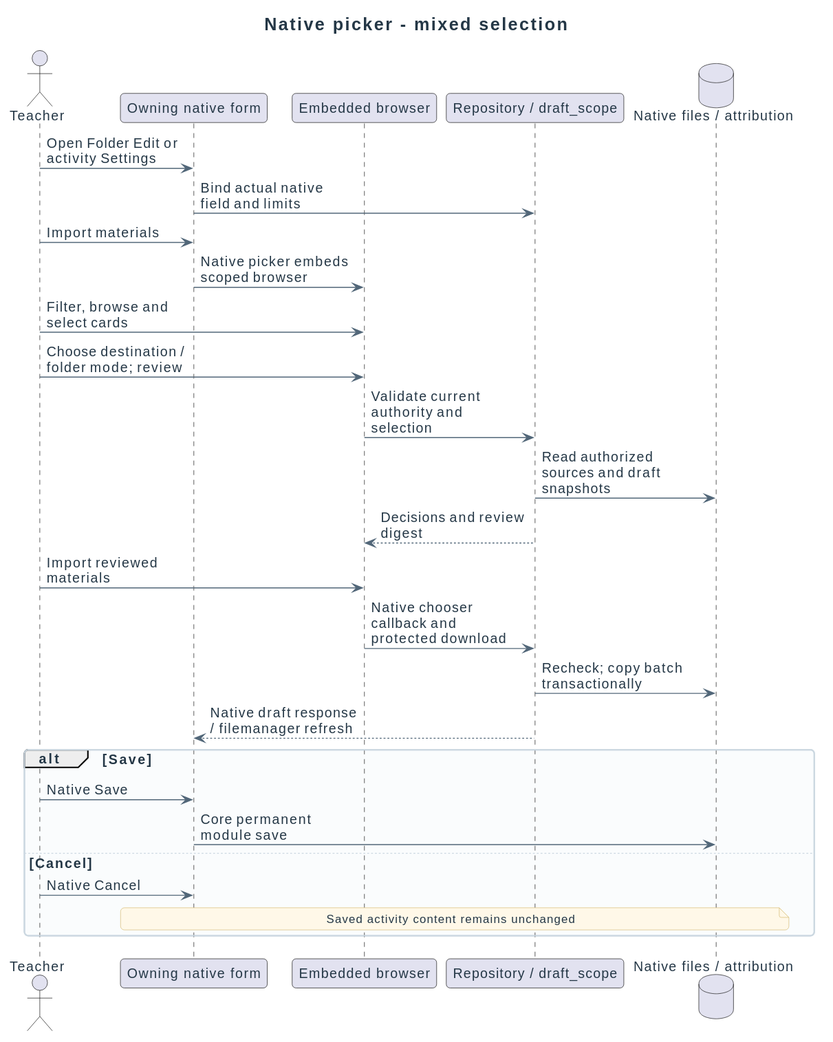
Earlier version of the PlantUML export docs/diagrams/design/sequences/folder-selection.svg (didactika/moodle-local_coursefiles).
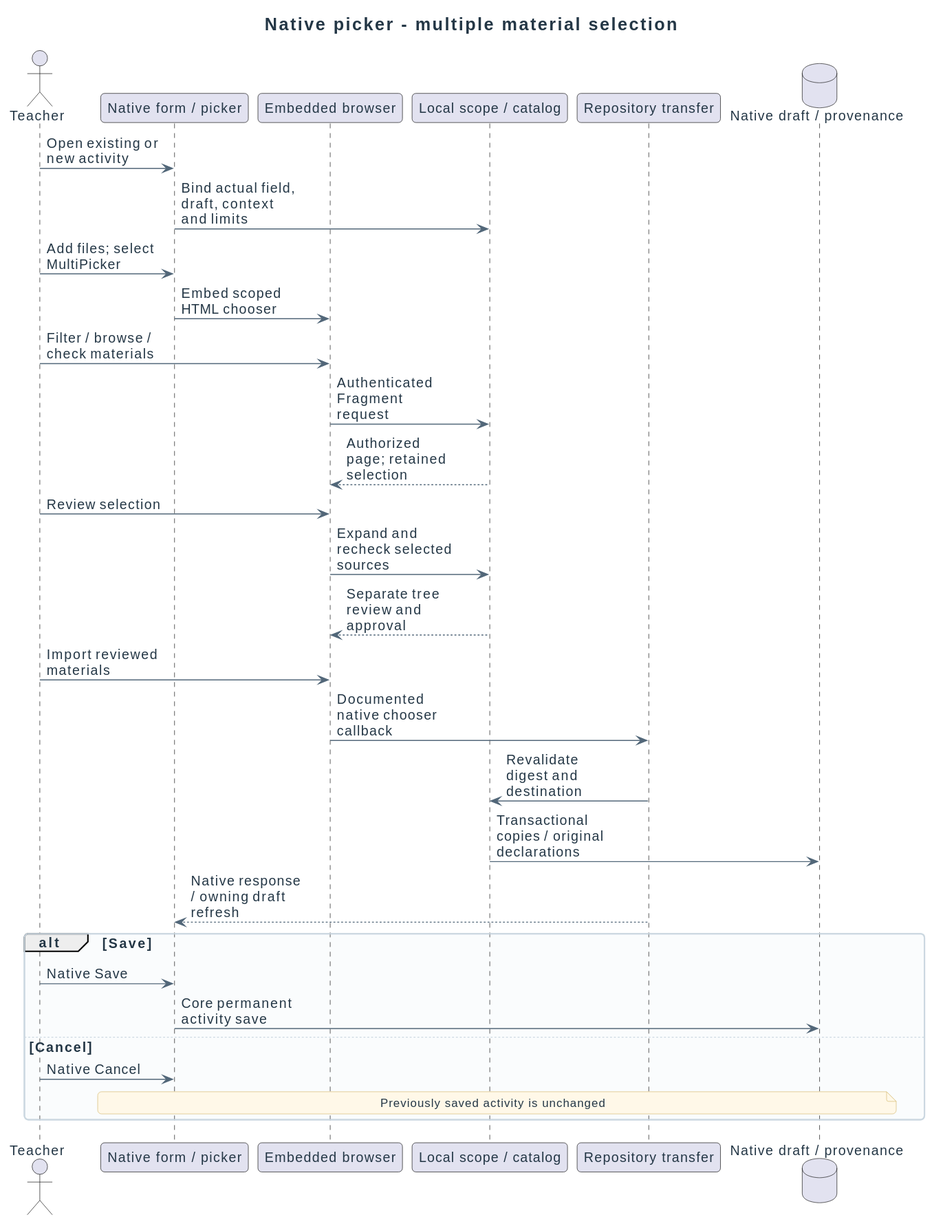
The same diagram one commit later.

What changed in the source:
```diff
@@ -1,30 +1,33 @@
 @startuml
 !include ../../_style.puml
-skinparam maxMessageSize 160
-title Native picker - mixed selection
+skinparam maxMessageSize 120
+title Native picker - multiple material selection
 actor Teacher
-participant "Owning native form" as Form
+participant "Native form / picker" as Form
 participant "Embedded browser" as Browser
-participant "Repository / draft_scope" as Scope
-database "Native files / attribution" as Files
-Teacher -> Form : Open Folder Edit or activity Settings
-Form -> Scope : Bind actual native field and limits
-Teacher -> Form : Import materials
-Form -> Browser : Native picker embeds scoped browser
-Teacher -> Browser : Filter, browse and select cards
-Teacher -> Browser : Choose destination / folder mode; review
-Browser -> Scope : Validate current authority and selection
-Scope -> Files : Read authorized sources and draft snapshots
-Scope --> Browser : Decisions and review digest
+participant "Local scope / catalog" as Scope
+participant "Repository transfer" as Transfer
+database "Native draft / provenance" as Files
+Teacher -> Form : Open existing or new activity
+Form -> Scope : Bind actual field, draft, context and limits
+Teacher -> Form : Add files; select MultiPicker
+Form -> Browser : Embed scoped HTML chooser
+Teacher -> Browser : Filter / browse / check materials
+Browser -> Scope : Authenticated Fragment request
+Scope --> Browser : Authorized page; retained selection
+Teacher -> Browser : Review selection
+Browser -> Scope : Expand and recheck selected sources
+Scope --> Browser : Separate tree review and approval
 Teacher -> Browser : Import reviewed materials
-Browser -> Scope : Native chooser callback and protected download
-Scope -> Files : Recheck; copy batch transactionally
-Scope --> Form : Native draft response / filemanager refresh
+Browser -> Transfer : Documented native chooser callback
+Transfer -> Scope : Revalidate digest and destination
+Scope -> Files : Transactional copies / original declarations
+Transfer --> Form : Native response / owning draft refresh
 alt Save
  Teacher -> Form : Native Save
- Form -> Files : Core permanent module save
+ Form -> Files : Core permanent activity save
 else Cancel
  Teacher -> Form : Native Cancel
- note over Form, Files : Saved activity content remains unchanged
+ note over Form, Files : Previously saved activity is unchanged
 end
 @enduml
```
